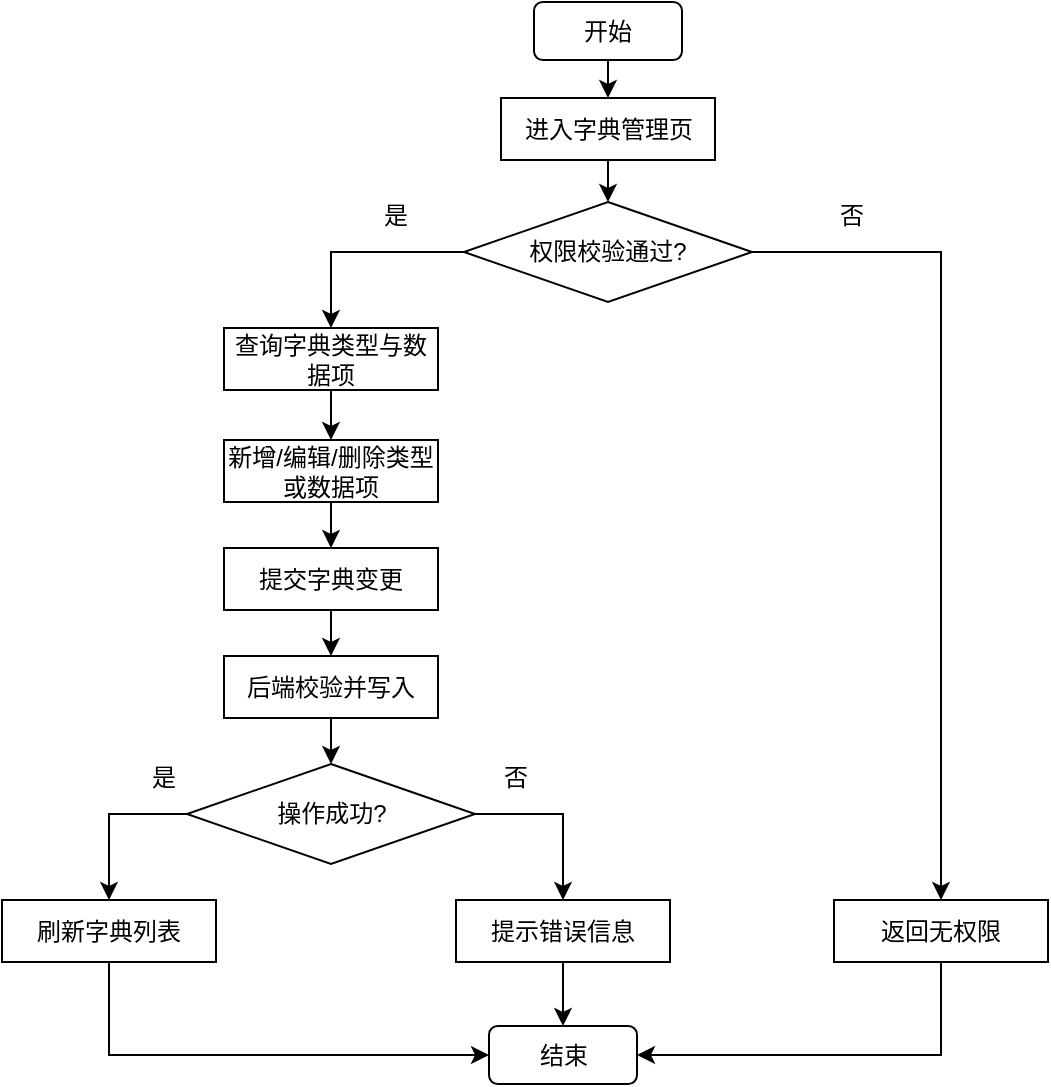
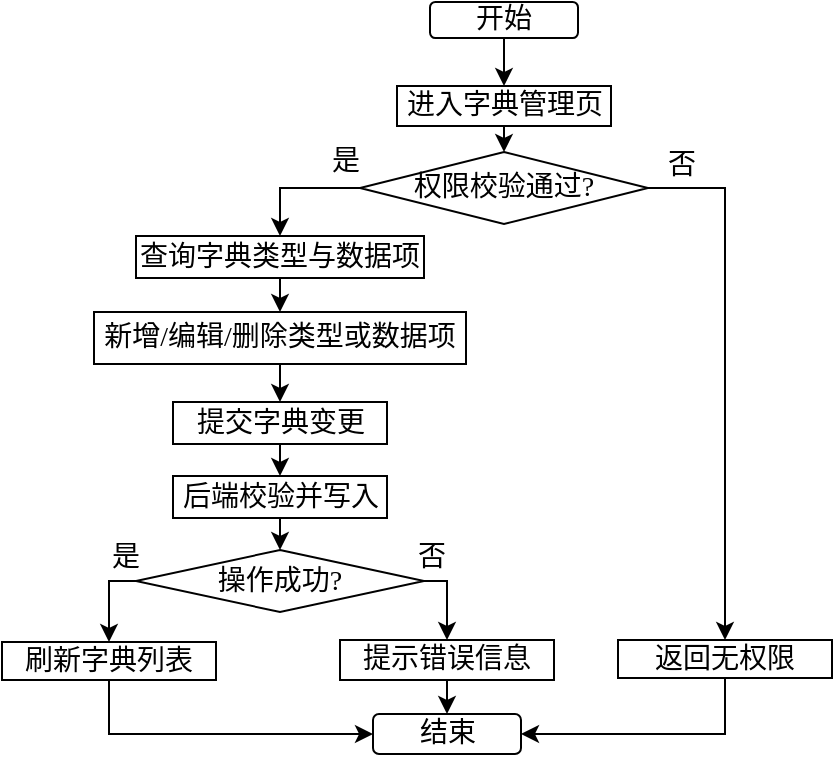
<mxfile host="app.diagrams.net">
  <diagram name="第 1 页" id="A4dXcl-CP5tHBsxZ2e-t">
-     <mxGraphModel dx="1406" dy="780" grid="0" gridSize="10" guides="1" tooltips="1" connect="1" arrows="1" fold="1" page="1" pageScale="1" pageWidth="827" pageHeight="1169" math="0" shadow="0">
+     <mxGraphModel dx="970" dy="538" grid="0" gridSize="10" guides="1" tooltips="1" connect="1" arrows="1" fold="1" page="1" pageScale="1" pageWidth="827" pageHeight="1169" math="0" shadow="0">
      <root>
        <mxCell id="0" />
        <mxCell id="1" parent="0" />
-         <mxCell id="r6gwkSSvCtjKvov1u58H-1" parent="1" style="rounded=1;whiteSpace=wrap;html=1;" value="&lt;span style=&quot;font-size: 12px;&quot;&gt;开始&lt;/span&gt;" vertex="1">
-           <mxGeometry height="29" width="74" x="380" y="15" as="geometry" />
+         <mxCell id="r6gwkSSvCtjKvov1u58H-1" parent="1" style="rounded=1;whiteSpace=wrap;html=1;fontFamily=仿宋;fontSize=14;" value="&lt;span&gt;开始&lt;/span&gt;" vertex="1">
+           <mxGeometry height="18" width="74" x="380" y="26" as="geometry" />
        </mxCell>
-         <mxCell id="r6gwkSSvCtjKvov1u58H-2" parent="1" style="rounded=0;whiteSpace=wrap;html=1;" value="&lt;span style=&quot;font-size: 12px;&quot;&gt;进入字典管理页&lt;/span&gt;" vertex="1">
-           <mxGeometry height="31" width="107" x="363.5" y="63" as="geometry" />
+         <mxCell id="r6gwkSSvCtjKvov1u58H-2" parent="1" style="rounded=0;whiteSpace=wrap;html=1;fontFamily=仿宋;fontSize=14;" value="&lt;span&gt;进入字典管理页&lt;/span&gt;" vertex="1">
+           <mxGeometry height="20" width="107" x="363.5" y="68" as="geometry" />
        </mxCell>
-         <mxCell id="r6gwkSSvCtjKvov1u58H-3" parent="1" style="rhombus;whiteSpace=wrap;html=1;" value="&lt;span style=&quot;font-size: 12px;&quot;&gt;权限校验通过?&lt;/span&gt;" vertex="1">
-           <mxGeometry height="50" width="144" x="345" y="115" as="geometry" />
+         <mxCell id="r6gwkSSvCtjKvov1u58H-3" parent="1" style="rhombus;whiteSpace=wrap;html=1;fontFamily=仿宋;fontSize=14;" value="&lt;span&gt;权限校验通过?&lt;/span&gt;" vertex="1">
+           <mxGeometry height="36" width="144" x="345" y="101" as="geometry" />
        </mxCell>
-         <mxCell id="r6gwkSSvCtjKvov1u58H-4" parent="1" style="rounded=0;whiteSpace=wrap;html=1;" value="&lt;span style=&quot;font-size: 12px;&quot;&gt;查询字典类型与数据项&lt;/span&gt;" vertex="1">
-           <mxGeometry height="31" width="107" x="225" y="178" as="geometry" />
+         <mxCell id="r6gwkSSvCtjKvov1u58H-4" parent="1" style="rounded=0;whiteSpace=wrap;html=1;fontFamily=仿宋;fontSize=14;" value="&lt;span&gt;查询字典类型与数据项&lt;/span&gt;" vertex="1">
+           <mxGeometry height="21" width="144" x="233" y="143" as="geometry" />
        </mxCell>
-         <mxCell id="r6gwkSSvCtjKvov1u58H-5" parent="1" style="rounded=0;whiteSpace=wrap;html=1;" value="&lt;span style=&quot;font-size: 12px;&quot;&gt;新增/编辑/删除类型或数据项&lt;/span&gt;" vertex="1">
-           <mxGeometry height="31" width="107" x="225" y="234" as="geometry" />
+         <mxCell id="r6gwkSSvCtjKvov1u58H-5" parent="1" style="rounded=0;whiteSpace=wrap;html=1;fontFamily=仿宋;fontSize=14;" value="&lt;span&gt;新增/编辑/删除类型或数据项&lt;/span&gt;" vertex="1">
+           <mxGeometry height="26" width="186" x="212" y="181" as="geometry" />
        </mxCell>
-         <mxCell id="r6gwkSSvCtjKvov1u58H-6" parent="1" style="rounded=0;whiteSpace=wrap;html=1;" value="&lt;span style=&quot;font-size: 12px;&quot;&gt;提交字典变更&lt;/span&gt;" vertex="1">
-           <mxGeometry height="31" width="107" x="225" y="288" as="geometry" />
+         <mxCell id="r6gwkSSvCtjKvov1u58H-6" parent="1" style="rounded=0;whiteSpace=wrap;html=1;fontFamily=仿宋;fontSize=14;" value="&lt;span&gt;提交字典变更&lt;/span&gt;" vertex="1">
+           <mxGeometry height="21" width="107" x="251.5" y="226" as="geometry" />
        </mxCell>
-         <mxCell id="r6gwkSSvCtjKvov1u58H-7" parent="1" style="rounded=0;whiteSpace=wrap;html=1;" value="&lt;span style=&quot;font-size: 12px;&quot;&gt;后端校验并写入&lt;/span&gt;" vertex="1">
-           <mxGeometry height="31" width="107" x="225" y="342" as="geometry" />
+         <mxCell id="r6gwkSSvCtjKvov1u58H-7" parent="1" style="rounded=0;whiteSpace=wrap;html=1;fontFamily=仿宋;fontSize=14;" value="&lt;span&gt;后端校验并写入&lt;/span&gt;" vertex="1">
+           <mxGeometry height="21" width="107" x="251.5" y="263" as="geometry" />
        </mxCell>
-         <mxCell id="r6gwkSSvCtjKvov1u58H-8" parent="1" style="rhombus;whiteSpace=wrap;html=1;" value="&lt;span style=&quot;font-size: 12px;&quot;&gt;操作成功?&lt;/span&gt;" vertex="1">
-           <mxGeometry height="50" width="144" x="206.5" y="396" as="geometry" />
+         <mxCell id="r6gwkSSvCtjKvov1u58H-8" parent="1" style="rhombus;whiteSpace=wrap;html=1;fontFamily=仿宋;fontSize=14;" value="&lt;span&gt;操作成功?&lt;/span&gt;" vertex="1">
+           <mxGeometry height="31" width="144" x="233" y="300" as="geometry" />
        </mxCell>
-         <mxCell id="r6gwkSSvCtjKvov1u58H-9" parent="1" style="rounded=0;whiteSpace=wrap;html=1;" value="&lt;span style=&quot;font-size: 12px;&quot;&gt;刷新字典列表&lt;/span&gt;" vertex="1">
-           <mxGeometry height="31" width="107" x="114" y="464" as="geometry" />
+         <mxCell id="r6gwkSSvCtjKvov1u58H-9" parent="1" style="rounded=0;whiteSpace=wrap;html=1;fontFamily=仿宋;fontSize=14;" value="&lt;span&gt;刷新字典列表&lt;/span&gt;" vertex="1">
+           <mxGeometry height="19" width="107" x="166" y="346" as="geometry" />
        </mxCell>
-         <mxCell id="r6gwkSSvCtjKvov1u58H-10" parent="1" style="rounded=0;whiteSpace=wrap;html=1;" value="&lt;span style=&quot;font-size: 12px;&quot;&gt;提示错误信息&lt;/span&gt;" vertex="1">
-           <mxGeometry height="31" width="107" x="341" y="464" as="geometry" />
+         <mxCell id="r6gwkSSvCtjKvov1u58H-10" parent="1" style="rounded=0;whiteSpace=wrap;html=1;fontFamily=仿宋;fontSize=14;" value="&lt;span&gt;提示错误信息&lt;/span&gt;" vertex="1">
+           <mxGeometry height="20" width="107" x="335" y="345" as="geometry" />
        </mxCell>
-         <mxCell id="r6gwkSSvCtjKvov1u58H-11" parent="1" style="rounded=0;whiteSpace=wrap;html=1;" value="&lt;span style=&quot;font-size: 12px;&quot;&gt;返回无权限&lt;/span&gt;" vertex="1">
-           <mxGeometry height="31" width="107" x="530" y="464" as="geometry" />
+         <mxCell id="r6gwkSSvCtjKvov1u58H-11" parent="1" style="rounded=0;whiteSpace=wrap;html=1;fontFamily=仿宋;fontSize=14;" value="&lt;span&gt;返回无权限&lt;/span&gt;" vertex="1">
+           <mxGeometry height="19" width="107" x="474" y="345" as="geometry" />
        </mxCell>
-         <mxCell id="r6gwkSSvCtjKvov1u58H-12" parent="1" style="rounded=1;whiteSpace=wrap;html=1;" value="&lt;span style=&quot;font-size: 12px;&quot;&gt;结束&lt;/span&gt;" vertex="1">
-           <mxGeometry height="29" width="74" x="357.5" y="527" as="geometry" />
+         <mxCell id="r6gwkSSvCtjKvov1u58H-12" parent="1" style="rounded=1;whiteSpace=wrap;html=1;fontFamily=仿宋;fontSize=14;" value="&lt;span&gt;结束&lt;/span&gt;" vertex="1">
+           <mxGeometry height="20" width="74" x="351.5" y="382" as="geometry" />
        </mxCell>
-         <mxCell id="r6gwkSSvCtjKvov1u58H-14" edge="1" parent="1" source="r6gwkSSvCtjKvov1u58H-1" style="endArrow=classic;html=1;rounded=0;exitX=0.5;exitY=1;exitDx=0;exitDy=0;entryX=0.5;entryY=0;entryDx=0;entryDy=0;" target="r6gwkSSvCtjKvov1u58H-2" value="">
+         <mxCell id="r6gwkSSvCtjKvov1u58H-14" edge="1" parent="1" source="r6gwkSSvCtjKvov1u58H-1" style="endArrow=classic;html=1;rounded=0;exitX=0.5;exitY=1;exitDx=0;exitDy=0;entryX=0.5;entryY=0;entryDx=0;entryDy=0;fontFamily=仿宋;fontSize=14;" target="r6gwkSSvCtjKvov1u58H-2" value="">
          <mxGeometry height="50" relative="1" width="50" as="geometry">
            <mxPoint x="388" y="427" as="sourcePoint" />
            <mxPoint x="438" y="377" as="targetPoint" />
          </mxGeometry>
        </mxCell>
-         <mxCell id="r6gwkSSvCtjKvov1u58H-15" edge="1" parent="1" source="r6gwkSSvCtjKvov1u58H-2" style="endArrow=classic;html=1;rounded=0;exitX=0.5;exitY=1;exitDx=0;exitDy=0;entryX=0.5;entryY=0;entryDx=0;entryDy=0;" target="r6gwkSSvCtjKvov1u58H-3" value="">
+         <mxCell id="r6gwkSSvCtjKvov1u58H-15" edge="1" parent="1" source="r6gwkSSvCtjKvov1u58H-2" style="endArrow=classic;html=1;rounded=0;exitX=0.5;exitY=1;exitDx=0;exitDy=0;entryX=0.5;entryY=0;entryDx=0;entryDy=0;fontFamily=仿宋;fontSize=14;" target="r6gwkSSvCtjKvov1u58H-3" value="">
          <mxGeometry height="50" relative="1" width="50" as="geometry">
            <mxPoint x="588" y="150" as="sourcePoint" />
            <mxPoint x="588" y="178" as="targetPoint" />
          </mxGeometry>
        </mxCell>
-         <mxCell id="r6gwkSSvCtjKvov1u58H-16" edge="1" parent="1" source="r6gwkSSvCtjKvov1u58H-4" style="endArrow=classic;html=1;rounded=0;exitX=0.5;exitY=1;exitDx=0;exitDy=0;entryX=0.5;entryY=0;entryDx=0;entryDy=0;" target="r6gwkSSvCtjKvov1u58H-5" value="">
+         <mxCell id="r6gwkSSvCtjKvov1u58H-16" edge="1" parent="1" source="r6gwkSSvCtjKvov1u58H-4" style="endArrow=classic;html=1;rounded=0;exitX=0.5;exitY=1;exitDx=0;exitDy=0;entryX=0.5;entryY=0;entryDx=0;entryDy=0;fontFamily=仿宋;fontSize=14;" target="r6gwkSSvCtjKvov1u58H-5" value="">
          <mxGeometry height="50" relative="1" width="50" as="geometry">
            <mxPoint x="427" y="253" as="sourcePoint" />
            <mxPoint x="427" y="281" as="targetPoint" />
          </mxGeometry>
        </mxCell>
-         <mxCell id="r6gwkSSvCtjKvov1u58H-17" edge="1" parent="1" source="r6gwkSSvCtjKvov1u58H-5" style="endArrow=classic;html=1;rounded=0;exitX=0.5;exitY=1;exitDx=0;exitDy=0;entryX=0.5;entryY=0;entryDx=0;entryDy=0;" target="r6gwkSSvCtjKvov1u58H-6" value="">
+         <mxCell id="r6gwkSSvCtjKvov1u58H-17" edge="1" parent="1" source="r6gwkSSvCtjKvov1u58H-5" style="endArrow=classic;html=1;rounded=0;exitX=0.5;exitY=1;exitDx=0;exitDy=0;entryX=0.5;entryY=0;entryDx=0;entryDy=0;fontFamily=仿宋;fontSize=14;" target="r6gwkSSvCtjKvov1u58H-6" value="">
          <mxGeometry height="50" relative="1" width="50" as="geometry">
            <mxPoint x="449" y="374" as="sourcePoint" />
            <mxPoint x="449" y="402" as="targetPoint" />
          </mxGeometry>
        </mxCell>
-         <mxCell id="r6gwkSSvCtjKvov1u58H-18" edge="1" parent="1" source="r6gwkSSvCtjKvov1u58H-6" style="endArrow=classic;html=1;rounded=0;exitX=0.5;exitY=1;exitDx=0;exitDy=0;entryX=0.5;entryY=0;entryDx=0;entryDy=0;" target="r6gwkSSvCtjKvov1u58H-7" value="">
+         <mxCell id="r6gwkSSvCtjKvov1u58H-18" edge="1" parent="1" source="r6gwkSSvCtjKvov1u58H-6" style="endArrow=classic;html=1;rounded=0;exitX=0.5;exitY=1;exitDx=0;exitDy=0;entryX=0.5;entryY=0;entryDx=0;entryDy=0;fontFamily=仿宋;fontSize=14;" target="r6gwkSSvCtjKvov1u58H-7" value="">
          <mxGeometry height="50" relative="1" width="50" as="geometry">
            <mxPoint x="407" y="421" as="sourcePoint" />
            <mxPoint x="407" y="449" as="targetPoint" />
          </mxGeometry>
        </mxCell>
-         <mxCell id="r6gwkSSvCtjKvov1u58H-19" edge="1" parent="1" source="r6gwkSSvCtjKvov1u58H-7" style="endArrow=classic;html=1;rounded=0;exitX=0.5;exitY=1;exitDx=0;exitDy=0;entryX=0.5;entryY=0;entryDx=0;entryDy=0;" target="r6gwkSSvCtjKvov1u58H-8" value="">
+         <mxCell id="r6gwkSSvCtjKvov1u58H-19" edge="1" parent="1" source="r6gwkSSvCtjKvov1u58H-7" style="endArrow=classic;html=1;rounded=0;exitX=0.5;exitY=1;exitDx=0;exitDy=0;entryX=0.5;entryY=0;entryDx=0;entryDy=0;fontFamily=仿宋;fontSize=14;" target="r6gwkSSvCtjKvov1u58H-8" value="">
          <mxGeometry height="50" relative="1" width="50" as="geometry">
            <mxPoint x="415" y="476" as="sourcePoint" />
            <mxPoint x="415" y="504" as="targetPoint" />
          </mxGeometry>
        </mxCell>
-         <mxCell id="r6gwkSSvCtjKvov1u58H-20" edge="1" parent="1" source="r6gwkSSvCtjKvov1u58H-3" style="endArrow=classic;html=1;rounded=0;exitX=0;exitY=0.5;exitDx=0;exitDy=0;entryX=0.5;entryY=0;entryDx=0;entryDy=0;edgeStyle=orthogonalEdgeStyle;" target="r6gwkSSvCtjKvov1u58H-4" value="">
+         <mxCell id="r6gwkSSvCtjKvov1u58H-20" edge="1" parent="1" source="r6gwkSSvCtjKvov1u58H-3" style="endArrow=classic;html=1;rounded=0;exitX=0;exitY=0.5;exitDx=0;exitDy=0;entryX=0.5;entryY=0;entryDx=0;entryDy=0;edgeStyle=orthogonalEdgeStyle;fontFamily=仿宋;fontSize=14;" target="r6gwkSSvCtjKvov1u58H-4" value="">
          <mxGeometry height="50" relative="1" width="50" as="geometry">
            <mxPoint x="475" y="255" as="sourcePoint" />
            <mxPoint x="475" y="283" as="targetPoint" />
          </mxGeometry>
        </mxCell>
-         <mxCell id="r6gwkSSvCtjKvov1u58H-21" edge="1" parent="1" source="r6gwkSSvCtjKvov1u58H-3" style="endArrow=classic;html=1;rounded=0;exitX=1;exitY=0.5;exitDx=0;exitDy=0;entryX=0.5;entryY=0;entryDx=0;entryDy=0;edgeStyle=orthogonalEdgeStyle;" target="r6gwkSSvCtjKvov1u58H-11" value="">
+         <mxCell id="r6gwkSSvCtjKvov1u58H-21" edge="1" parent="1" source="r6gwkSSvCtjKvov1u58H-3" style="endArrow=classic;html=1;rounded=0;exitX=1;exitY=0.5;exitDx=0;exitDy=0;entryX=0.5;entryY=0;entryDx=0;entryDy=0;edgeStyle=orthogonalEdgeStyle;fontFamily=仿宋;fontSize=14;" target="r6gwkSSvCtjKvov1u58H-11" value="">
          <mxGeometry height="50" relative="1" width="50" as="geometry">
            <mxPoint x="570" y="288" as="sourcePoint" />
            <mxPoint x="505" y="348" as="targetPoint" />
          </mxGeometry>
        </mxCell>
-         <mxCell id="r6gwkSSvCtjKvov1u58H-22" edge="1" parent="1" source="r6gwkSSvCtjKvov1u58H-8" style="endArrow=classic;html=1;rounded=0;exitX=0;exitY=0.5;exitDx=0;exitDy=0;entryX=0.5;entryY=0;entryDx=0;entryDy=0;edgeStyle=orthogonalEdgeStyle;" target="r6gwkSSvCtjKvov1u58H-9" value="">
+         <mxCell id="r6gwkSSvCtjKvov1u58H-22" edge="1" parent="1" source="r6gwkSSvCtjKvov1u58H-8" style="endArrow=classic;html=1;rounded=0;exitX=0;exitY=0.5;exitDx=0;exitDy=0;entryX=0.5;entryY=0;entryDx=0;entryDy=0;edgeStyle=orthogonalEdgeStyle;fontFamily=仿宋;fontSize=14;" target="r6gwkSSvCtjKvov1u58H-9" value="">
          <mxGeometry height="50" relative="1" width="50" as="geometry">
            <mxPoint x="172" y="483" as="sourcePoint" />
            <mxPoint x="107" y="543" as="targetPoint" />
          </mxGeometry>
        </mxCell>
-         <mxCell id="r6gwkSSvCtjKvov1u58H-23" edge="1" parent="1" source="r6gwkSSvCtjKvov1u58H-8" style="endArrow=classic;html=1;rounded=0;exitX=1;exitY=0.5;exitDx=0;exitDy=0;entryX=0.5;entryY=0;entryDx=0;entryDy=0;edgeStyle=orthogonalEdgeStyle;" target="r6gwkSSvCtjKvov1u58H-10" value="">
+         <mxCell id="r6gwkSSvCtjKvov1u58H-23" edge="1" parent="1" source="r6gwkSSvCtjKvov1u58H-8" style="endArrow=classic;html=1;rounded=0;exitX=1;exitY=0.5;exitDx=0;exitDy=0;entryX=0.5;entryY=0;entryDx=0;entryDy=0;edgeStyle=orthogonalEdgeStyle;fontFamily=仿宋;fontSize=14;" target="r6gwkSSvCtjKvov1u58H-10" value="">
          <mxGeometry height="50" relative="1" width="50" as="geometry">
            <mxPoint x="523" y="480" as="sourcePoint" />
            <mxPoint x="458" y="540" as="targetPoint" />
          </mxGeometry>
        </mxCell>
-         <mxCell id="r6gwkSSvCtjKvov1u58H-24" edge="1" parent="1" source="r6gwkSSvCtjKvov1u58H-9" style="endArrow=classic;html=1;rounded=0;exitX=0.5;exitY=1;exitDx=0;exitDy=0;entryX=0;entryY=0.5;entryDx=0;entryDy=0;edgeStyle=orthogonalEdgeStyle;" target="r6gwkSSvCtjKvov1u58H-12" value="">
+         <mxCell id="r6gwkSSvCtjKvov1u58H-24" edge="1" parent="1" source="r6gwkSSvCtjKvov1u58H-9" style="endArrow=classic;html=1;rounded=0;exitX=0.5;exitY=1;exitDx=0;exitDy=0;entryX=0;entryY=0.5;entryDx=0;entryDy=0;edgeStyle=orthogonalEdgeStyle;fontFamily=仿宋;fontSize=14;" target="r6gwkSSvCtjKvov1u58H-12" value="">
          <mxGeometry height="50" relative="1" width="50" as="geometry">
            <mxPoint x="271" y="701" as="sourcePoint" />
            <mxPoint x="206" y="761" as="targetPoint" />
          </mxGeometry>
        </mxCell>
-         <mxCell id="r6gwkSSvCtjKvov1u58H-25" edge="1" parent="1" source="r6gwkSSvCtjKvov1u58H-11" style="endArrow=classic;html=1;rounded=0;exitX=0.5;exitY=1;exitDx=0;exitDy=0;entryX=1;entryY=0.5;entryDx=0;entryDy=0;edgeStyle=orthogonalEdgeStyle;" target="r6gwkSSvCtjKvov1u58H-12" value="">
+         <mxCell id="r6gwkSSvCtjKvov1u58H-25" edge="1" parent="1" source="r6gwkSSvCtjKvov1u58H-11" style="endArrow=classic;html=1;rounded=0;exitX=0.5;exitY=1;exitDx=0;exitDy=0;entryX=1;entryY=0.5;entryDx=0;entryDy=0;edgeStyle=orthogonalEdgeStyle;fontFamily=仿宋;fontSize=14;" target="r6gwkSSvCtjKvov1u58H-12" value="">
          <mxGeometry height="50" relative="1" width="50" as="geometry">
            <mxPoint x="629" y="684" as="sourcePoint" />
            <mxPoint x="564" y="744" as="targetPoint" />
          </mxGeometry>
        </mxCell>
-         <mxCell id="r6gwkSSvCtjKvov1u58H-26" edge="1" parent="1" source="r6gwkSSvCtjKvov1u58H-10" style="endArrow=classic;html=1;rounded=0;exitX=0.5;exitY=1;exitDx=0;exitDy=0;entryX=0.5;entryY=0;entryDx=0;entryDy=0;" target="r6gwkSSvCtjKvov1u58H-12" value="">
+         <mxCell id="r6gwkSSvCtjKvov1u58H-26" edge="1" parent="1" source="r6gwkSSvCtjKvov1u58H-10" style="endArrow=classic;html=1;rounded=0;exitX=0.5;exitY=1;exitDx=0;exitDy=0;entryX=0.5;entryY=0;entryDx=0;entryDy=0;fontFamily=仿宋;fontSize=14;" target="r6gwkSSvCtjKvov1u58H-12" value="">
          <mxGeometry height="50" relative="1" width="50" as="geometry">
            <mxPoint x="488" y="544" as="sourcePoint" />
            <mxPoint x="485" y="584" as="targetPoint" />
          </mxGeometry>
        </mxCell>
-         <mxCell id="r6gwkSSvCtjKvov1u58H-27" parent="1" style="text;html=1;whiteSpace=wrap;strokeColor=none;fillColor=none;align=center;verticalAlign=middle;rounded=0;" value="是" vertex="1">
-           <mxGeometry height="30" width="60" x="281" y="107" as="geometry" />
+         <mxCell id="r6gwkSSvCtjKvov1u58H-27" parent="1" style="text;html=1;whiteSpace=wrap;strokeColor=none;fillColor=none;align=center;verticalAlign=middle;rounded=0;fontFamily=仿宋;fontSize=14;" value="是" vertex="1">
+           <mxGeometry height="30" width="60" x="308" y="91" as="geometry" />
        </mxCell>
-         <mxCell id="r6gwkSSvCtjKvov1u58H-28" parent="1" style="text;html=1;whiteSpace=wrap;strokeColor=none;fillColor=none;align=center;verticalAlign=middle;rounded=0;" value="是" vertex="1">
-           <mxGeometry height="30" width="60" x="165" y="388" as="geometry" />
+         <mxCell id="r6gwkSSvCtjKvov1u58H-28" parent="1" style="text;html=1;whiteSpace=wrap;strokeColor=none;fillColor=none;align=center;verticalAlign=middle;rounded=0;fontFamily=仿宋;fontSize=14;" value="是" vertex="1">
+           <mxGeometry height="30" width="60" x="198" y="289" as="geometry" />
        </mxCell>
-         <mxCell id="r6gwkSSvCtjKvov1u58H-29" parent="1" style="text;html=1;whiteSpace=wrap;strokeColor=none;fillColor=none;align=center;verticalAlign=middle;rounded=0;" value="否" vertex="1">
-           <mxGeometry height="30" width="60" x="341" y="388" as="geometry" />
+         <mxCell id="r6gwkSSvCtjKvov1u58H-29" parent="1" style="text;html=1;whiteSpace=wrap;strokeColor=none;fillColor=none;align=center;verticalAlign=middle;rounded=0;fontFamily=仿宋;fontSize=14;" value="否" vertex="1">
+           <mxGeometry height="30" width="60" x="351" y="289" as="geometry" />
        </mxCell>
-         <mxCell id="r6gwkSSvCtjKvov1u58H-30" parent="1" style="text;html=1;whiteSpace=wrap;strokeColor=none;fillColor=none;align=center;verticalAlign=middle;rounded=0;" value="否" vertex="1">
-           <mxGeometry height="30" width="60" x="509" y="107" as="geometry" />
+         <mxCell id="r6gwkSSvCtjKvov1u58H-30" parent="1" style="text;html=1;whiteSpace=wrap;strokeColor=none;fillColor=none;align=center;verticalAlign=middle;rounded=0;fontFamily=仿宋;fontSize=14;" value="否" vertex="1">
+           <mxGeometry height="30" width="60" x="476" y="93" as="geometry" />
        </mxCell>
      </root>
    </mxGraphModel>
  </diagram>
</mxfile>
